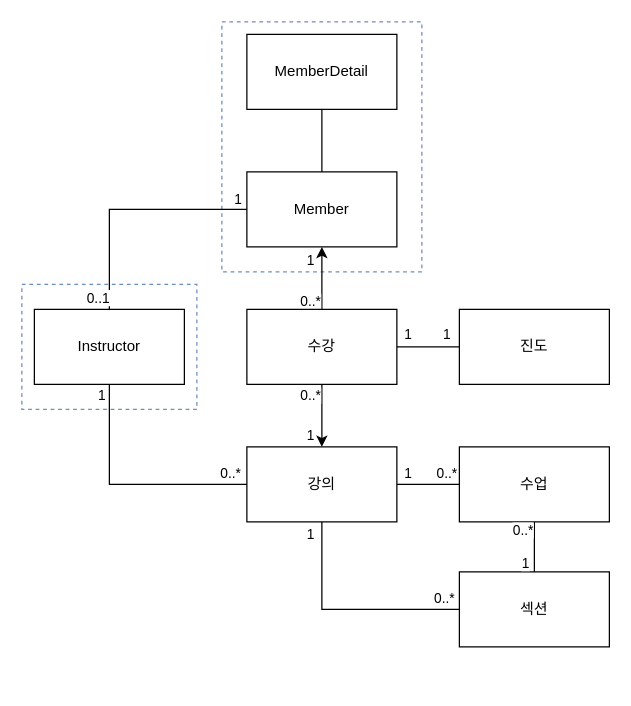
Earlier version of the draw.io diagram 도메인모델.drawio (HwangJunha/splearn). Source tidied: cells renumbered, new cells numbered last; positions are measured from the earlier drawing's top-left corner, leaving out a move shared by most shapes. Both pictures are drawn from the tidied source at 125%, with x=0, y=0 at pixel (21, 21).
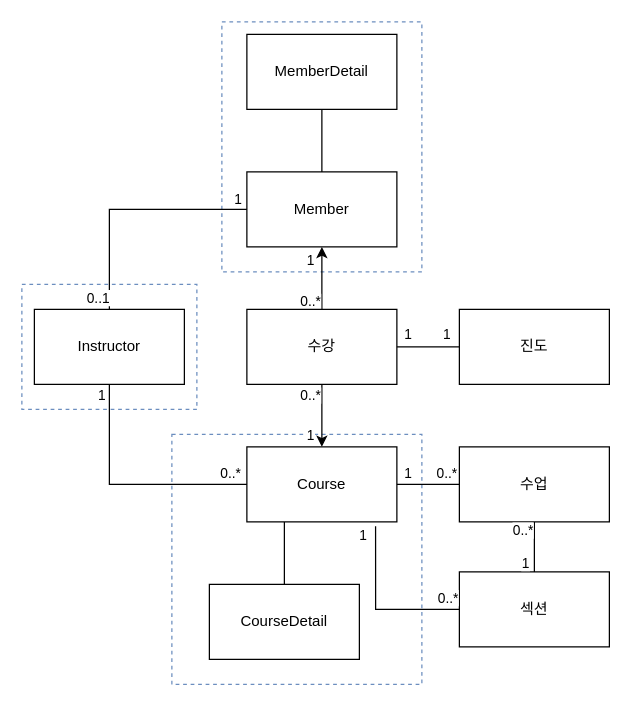
After the change.

Unchanged cells that the change refers to:
```xml
<mxCell id="15" value="섹션" style="rounded=0;whiteSpace=wrap;html=1;" parent="1" vertex="1">
  <mxGeometry x="350" y="440" width="120" height="60" as="geometry" />
</mxCell>
```

The edit, as a diff of the source:
```diff
@@
+    <mxCell id="37" style="rounded=0;whiteSpace=wrap;html=1;fillColor=none;strokeColor=#6c8ebf;dashed=1;" parent="1" vertex="1">
+      <mxGeometry x="120" y="330" width="200" height="200" as="geometry" />
+    </mxCell>
@@
-    <mxCell id="6" value="강의" style="rounded=0;whiteSpace=wrap;html=1;" parent="1" vertex="1">
+    <mxCell id="6" value="Course" style="rounded=0;whiteSpace=wrap;html=1;" parent="1" vertex="1">
       <mxGeometry x="180" y="340" width="120" height="60" as="geometry" />
     </mxCell>
@@
-    <mxCell id="31" style="endArrow=none;html=1;rounded=0;entryX=0;entryY=0.5;entryDx=0;entryDy=0;exitX=0.5;exitY=1;exitDx=0;exitDy=0;" parent="1" edge="1" source="6" target="15">
+    <mxCell id="31" style="endArrow=none;html=1;rounded=0;entryX=0;entryY=0.5;entryDx=0;entryDy=0;exitX=0.858;exitY=1.058;exitDx=0;exitDy=0;exitPerimeter=0;" parent="1" edge="1" source="6" target="15">
       <mxGeometry relative="1" as="geometry">
         <Array as="points">
-          <mxPoint x="240" y="470" />
+          <mxPoint x="283" y="470" />
         </Array>
       </mxGeometry>
     </mxCell>
@@
+    <mxCell id="38" value="CourseDetail" style="rounded=0;whiteSpace=wrap;html=1;" parent="1" vertex="1">
+      <mxGeometry x="150" y="450" width="120" height="60" as="geometry" />
+    </mxCell>
+    <mxCell id="39" style="endArrow=none;html=1;rounded=0;entryX=0.25;entryY=1;entryDx=0;entryDy=0;exitX=0.5;exitY=0;exitDx=0;exitDy=0;" parent="1" edge="1" source="38" target="6">
+      <mxGeometry relative="1" as="geometry" />
+    </mxCell>
```
